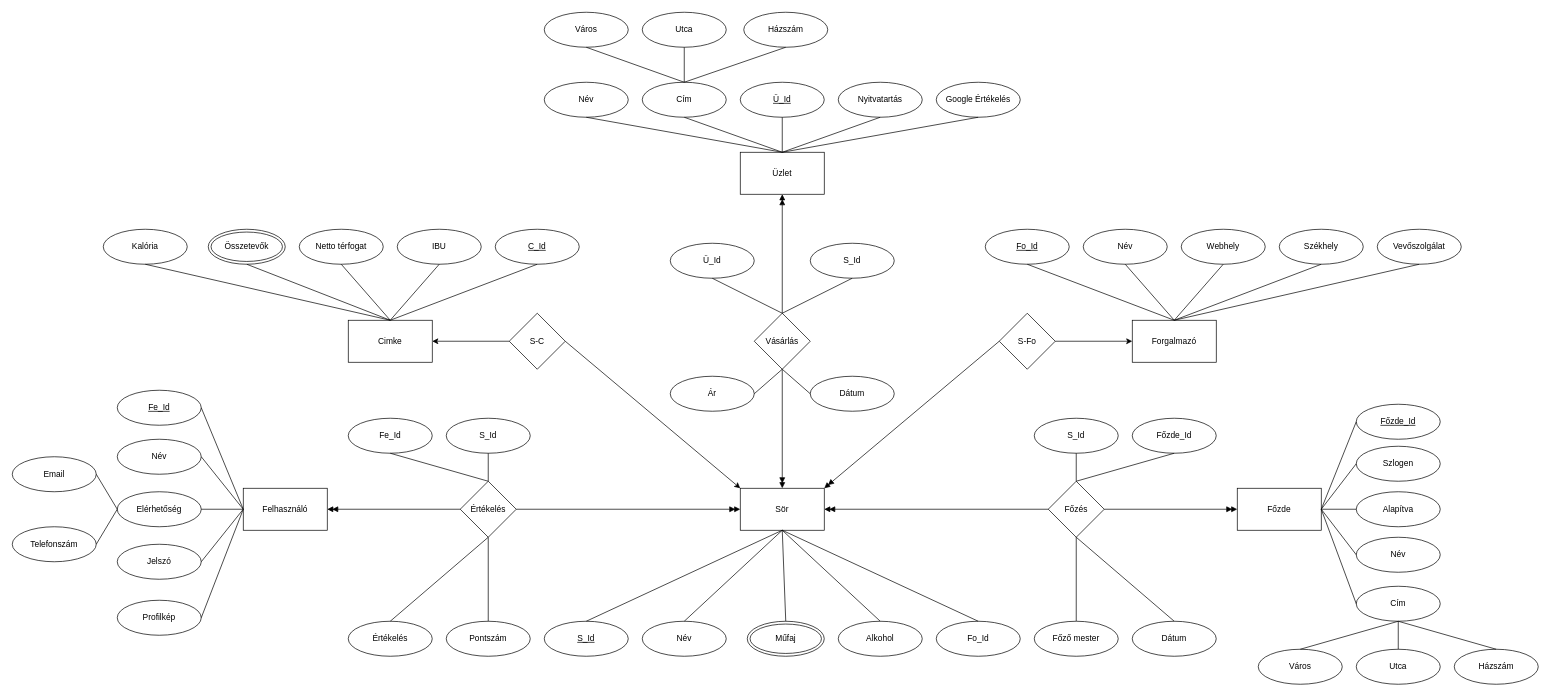
Above: FJYXPC_XMLTask/FJYXPC_ER.drawio in Vlenard/FJYXPCWebXML (draw.io), before the change. Source tidied: cells renumbered, new cells numbered last; positions are measured from the earlier drawing's top-left corner, leaving out a move shared by most shapes. Both pictures are drawn from the tidied source at 70%, with x=0, y=0 at pixel (12, 12).
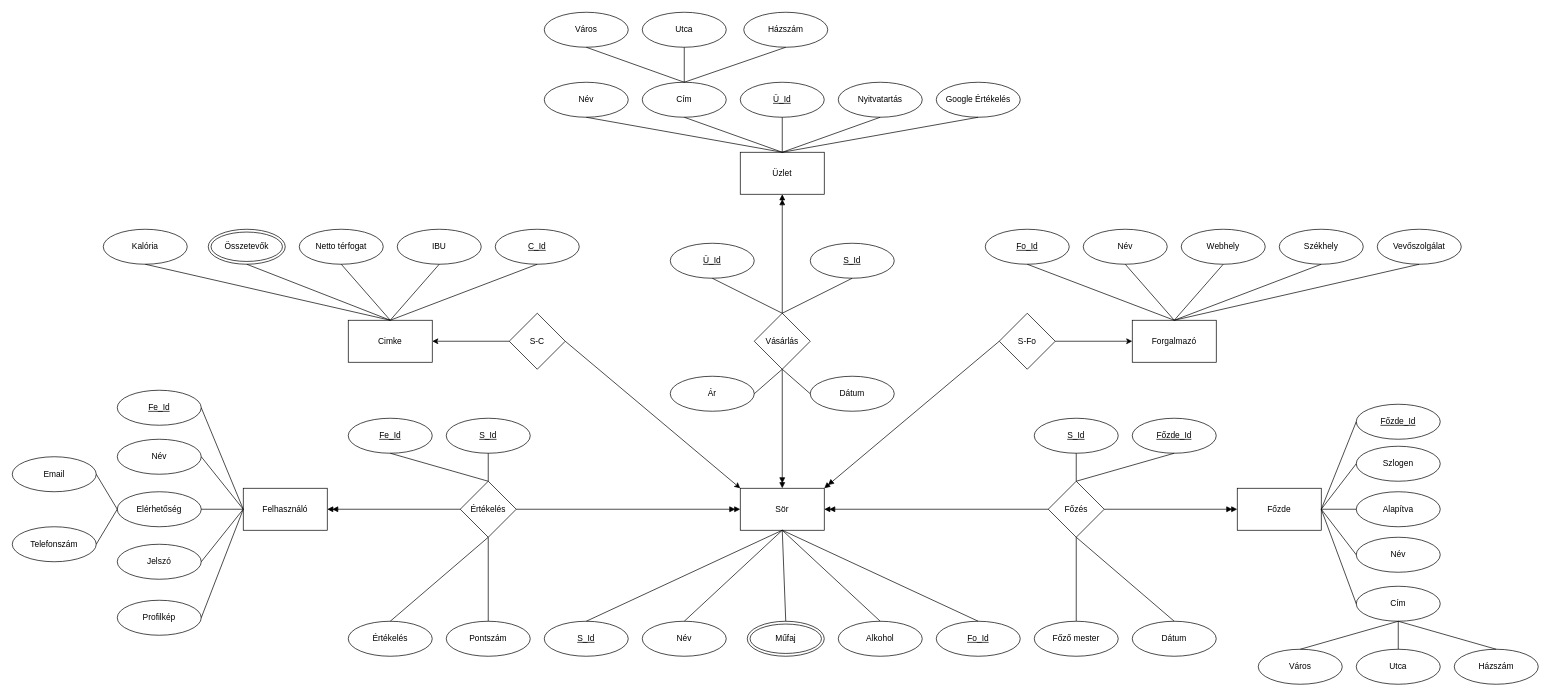
The same diagram, later.

What changed in the source:
```diff
@@
-    <mxCell id="26" value="Fo_Id" style="ellipse;whiteSpace=wrap;html=1;fontStyle=0;" parent="1" vertex="1">
+    <mxCell id="26" value="Fo_Id" style="ellipse;whiteSpace=wrap;html=1;fontStyle=4;" parent="1" vertex="1">
       <mxGeometry x="1320" y="870" width="120" height="50" as="geometry" />
     </mxCell>
@@
-    <mxCell id="42" value="Fe_Id" style="ellipse;whiteSpace=wrap;html=1;fontStyle=0;" parent="1" vertex="1">
+    <mxCell id="42" value="Fe_Id" style="ellipse;whiteSpace=wrap;html=1;fontStyle=4;" parent="1" vertex="1">
       <mxGeometry x="480" y="580" width="120" height="50" as="geometry" />
     </mxCell>
-    <mxCell id="43" value="S_Id" style="ellipse;whiteSpace=wrap;html=1;fontStyle=0;" parent="1" vertex="1">
+    <mxCell id="43" value="S_Id" style="ellipse;whiteSpace=wrap;html=1;fontStyle=4;" parent="1" vertex="1">
       <mxGeometry x="620" y="580" width="120" height="50" as="geometry" />
     </mxCell>
@@
-    <mxCell id="50" value="S_Id" style="ellipse;whiteSpace=wrap;html=1;fontStyle=0;" parent="1" vertex="1">
+    <mxCell id="50" value="S_Id" style="ellipse;whiteSpace=wrap;html=1;fontStyle=4;" parent="1" vertex="1">
       <mxGeometry x="1460" y="580" width="120" height="50" as="geometry" />
     </mxCell>
-    <mxCell id="51" value="Főzde_Id" style="ellipse;whiteSpace=wrap;html=1;fontStyle=0;" parent="1" vertex="1">
+    <mxCell id="51" value="Főzde_Id" style="ellipse;whiteSpace=wrap;html=1;fontStyle=4;" parent="1" vertex="1">
       <mxGeometry x="1600" y="580" width="120" height="50" as="geometry" />
     </mxCell>
@@
-    <mxCell id="87" value="Ü_Id" style="ellipse;whiteSpace=wrap;html=1;fontStyle=0;" parent="1" vertex="1">
+    <mxCell id="87" value="Ü_Id" style="ellipse;whiteSpace=wrap;html=1;fontStyle=4;" parent="1" vertex="1">
       <mxGeometry x="940" y="330" width="120" height="50" as="geometry" />
     </mxCell>
-    <mxCell id="88" value="S_Id" style="ellipse;whiteSpace=wrap;html=1;fontStyle=0;" parent="1" vertex="1">
+    <mxCell id="88" value="S_Id" style="ellipse;whiteSpace=wrap;html=1;fontStyle=4;" parent="1" vertex="1">
       <mxGeometry x="1140" y="330" width="120" height="50" as="geometry" />
     </mxCell>
```
